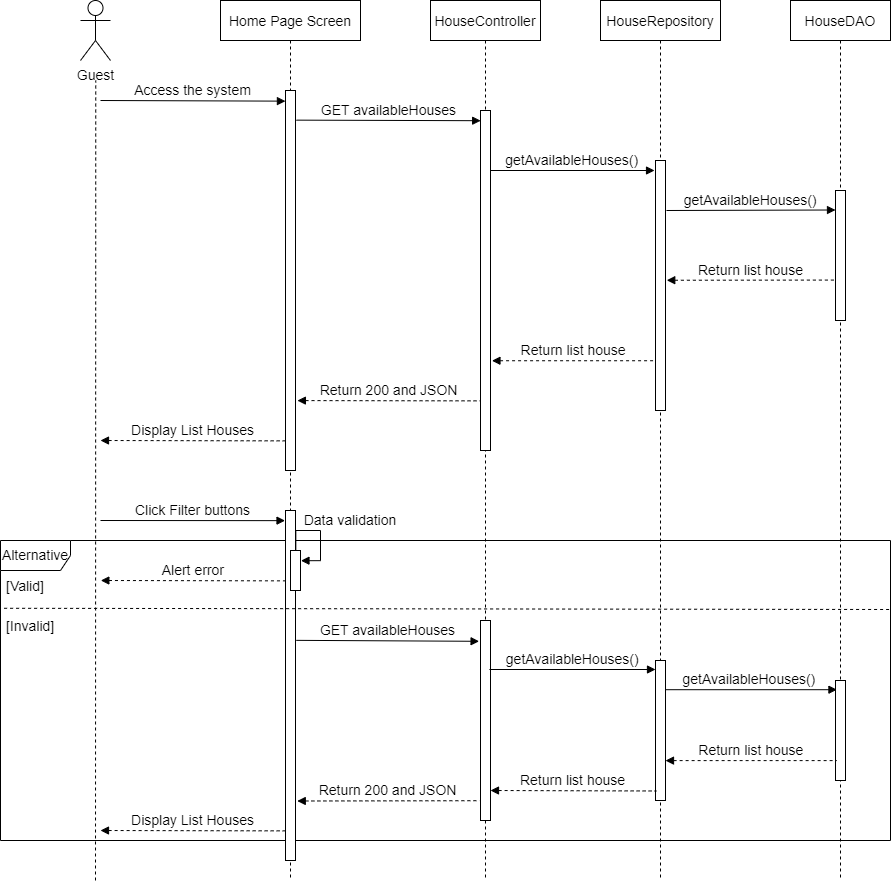
Above: Documentation/Diagram/Sequence Diagrams/Home Page - Sequence Diagram.drawio.png in nguyenthegiang/fu-house-finder (draw.io), before the change. Source tidied: cells renumbered, new cells last; positions are measured from the earlier drawing's top-left corner, leaving out a move shared by most shapes.
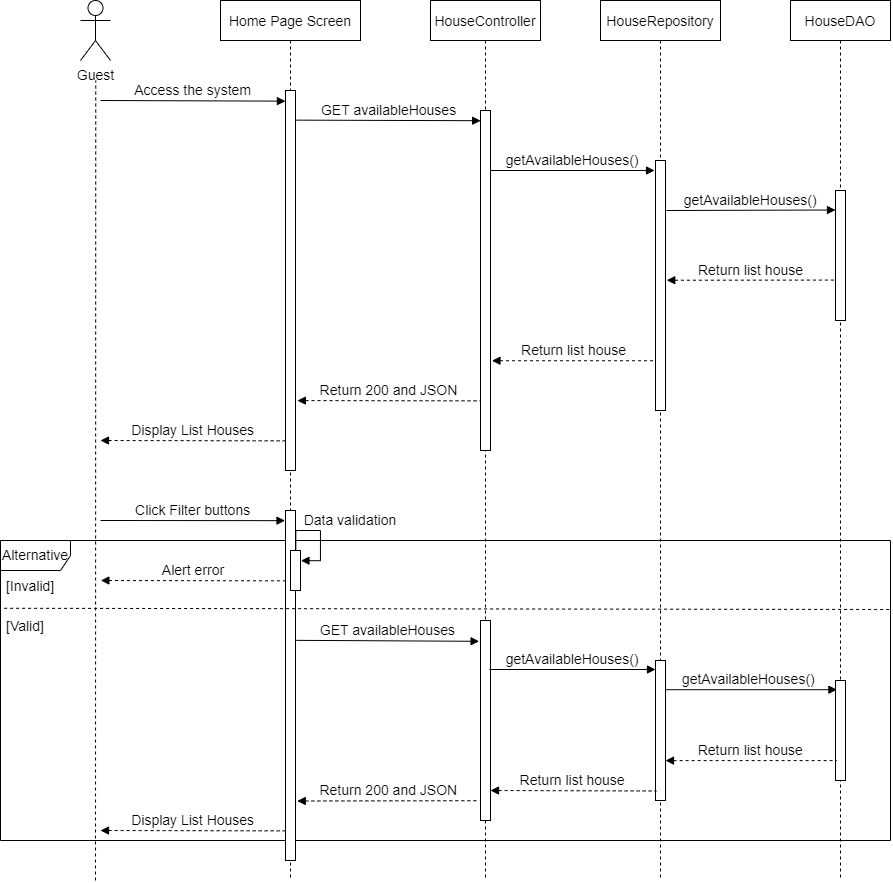
The same file after the commit.

Diff of the diagram source:
```diff
@@ -110,10 +110,10 @@
     <mxCell id="30" style="endArrow=none;dashed=1;html=1;strokeWidth=1;rounded=0;entryX=1;entryY=0.23;entryDx=0;entryDy=0;entryPerimeter=0;exitX=0.045;exitY=-0.074;exitDx=0;exitDy=0;exitPerimeter=0;fontSize=14;" parent="1" edge="1" source="32" target="2">
       <mxGeometry relative="1" as="geometry" />
     </mxCell>
-    <mxCell id="31" value="[Valid]" style="text;strokeColor=none;fillColor=none;align=left;verticalAlign=middle;spacingLeft=4;spacingRight=4;overflow=hidden;fontSize=14;" parent="1" vertex="1">
+    <mxCell id="31" value="[Invalid]" style="text;strokeColor=none;fillColor=none;align=left;verticalAlign=middle;spacingLeft=4;spacingRight=4;overflow=hidden;fontSize=14;" parent="1" vertex="1">
       <mxGeometry y="570" width="80" height="30" as="geometry" />
     </mxCell>
-    <mxCell id="32" value="[Invalid]" style="text;strokeColor=none;fillColor=none;align=left;verticalAlign=middle;spacingLeft=4;spacingRight=4;overflow=hidden;points=[[0,0.5],[1,0.5]];portConstraint=eastwest;fontSize=14;" parent="1" vertex="1">
+    <mxCell id="32" value="[Valid]" style="text;strokeColor=none;fillColor=none;align=left;verticalAlign=middle;spacingLeft=4;spacingRight=4;overflow=hidden;points=[[0,0.5],[1,0.5]];portConstraint=eastwest;fontSize=14;" parent="1" vertex="1">
       <mxGeometry y="610" width="80" height="30" as="geometry" />
     </mxCell>
     <mxCell id="33" value="getAvailableHouses()" style="verticalAlign=bottom;endArrow=block;shadow=0;strokeWidth=1;fontSize=14;exitX=0.89;exitY=0.245;exitDx=0;exitDy=0;exitPerimeter=0;" parent="1" edge="1" source="10" target="17">
```
